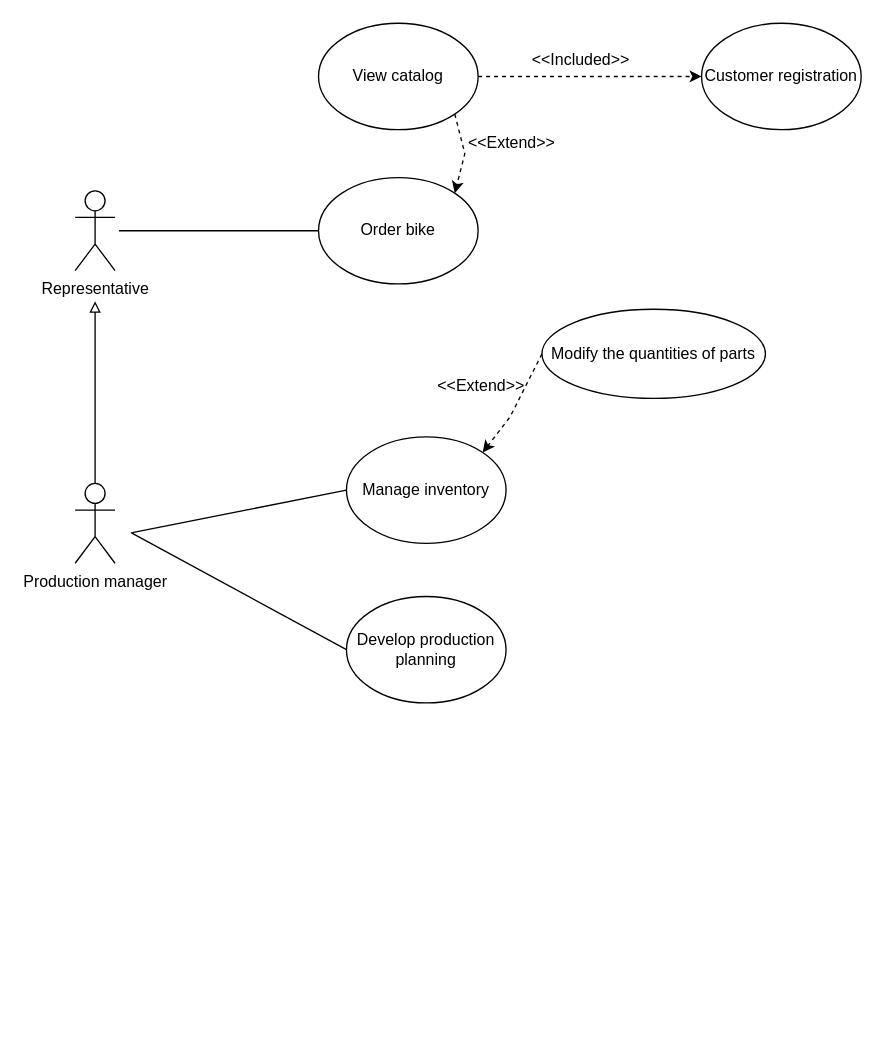
Above: Diagrams/UseCaseDiagram.drawio in alex210501/GigaBike (draw.io), before the change. Source tidied: cells renumbered, new cells numbered last; positions are measured from the earlier drawing's top-left corner, leaving out a move shared by most shapes. Both pictures are drawn from the tidied source at 133%, with x=0, y=0 at pixel (74, 23).
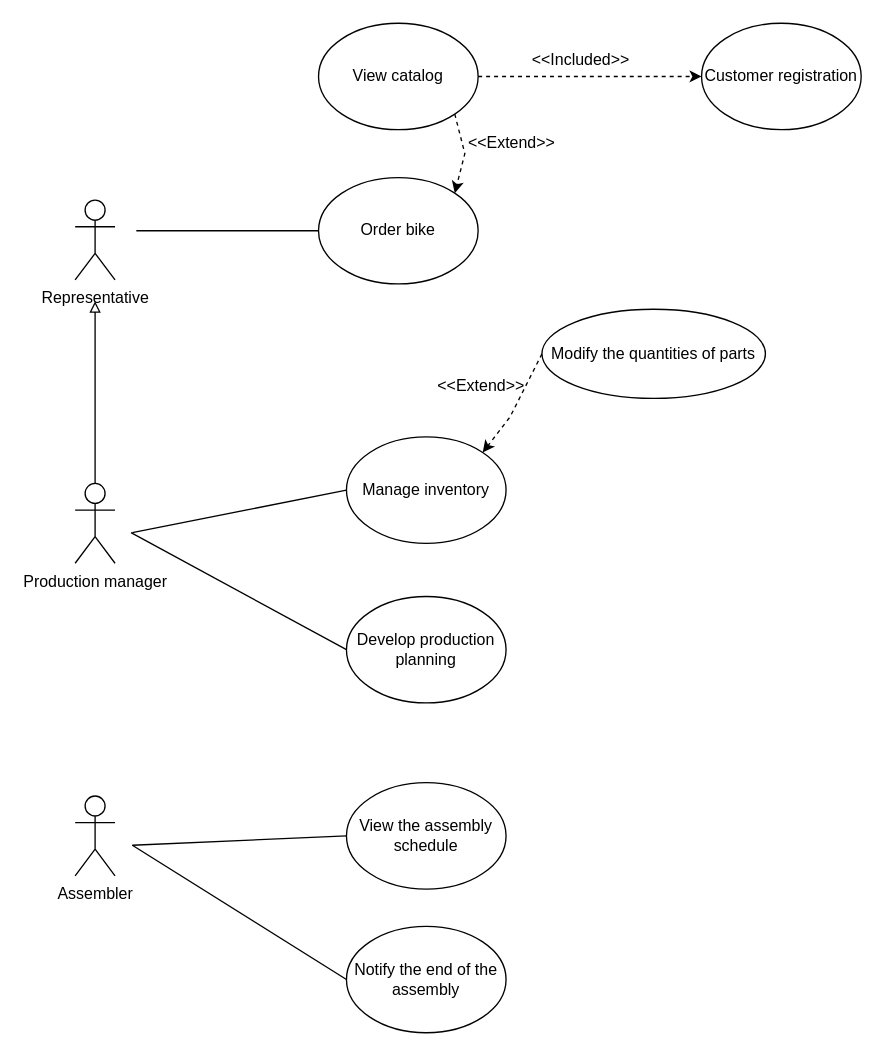
The same diagram, later.

Commit message (it also covers changes not shown here):
Add the assembler in the use case diagram

Unchanged cells that the change refers to:
```xml
<mxCell id="5" value="Order bike" style="ellipse;whiteSpace=wrap;html=1;" parent="1" vertex="1">
  <mxGeometry x="183" y="116" width="120" height="80" as="geometry" />
</mxCell>
```

The edit, as a diff of the source:
```diff
@@
-    <mxCell id="4" value="Representative" style="shape=umlActor;verticalLabelPosition=bottom;verticalAlign=top;html=1;" parent="1" vertex="1">
-      <mxGeometry y="126" width="30" height="60" as="geometry" />
+    <mxCell id="4" value="Assembler" style="shape=umlActor;verticalLabelPosition=bottom;verticalAlign=top;html=1;" parent="1" vertex="1">
+      <mxGeometry y="581" width="30" height="60" as="geometry" />
     </mxCell>
@@
     <mxCell id="7" style="endArrow=none;html=1;rounded=0;entryX=0;entryY=0.5;entryDx=0;entryDy=0;" parent="1" edge="1" target="5">
       <mxGeometry relative="1" as="geometry">
-        <mxPoint x="33" y="156" as="sourcePoint" />
+        <mxPoint x="46" y="156" as="sourcePoint" />
       </mxGeometry>
     </mxCell>
@@
+    <mxCell id="20" value="Representative" style="shape=umlActor;verticalLabelPosition=bottom;verticalAlign=top;html=1;" parent="1" vertex="1">
+      <mxGeometry y="133" width="30" height="60" as="geometry" />
+    </mxCell>
+    <mxCell id="21" value="View the assembly schedule" style="ellipse;whiteSpace=wrap;html=1;" parent="1" vertex="1">
+      <mxGeometry x="204" y="571" width="120" height="80" as="geometry" />
+    </mxCell>
+    <mxCell id="22" value="Notify the end of the assembly" style="ellipse;whiteSpace=wrap;html=1;" parent="1" vertex="1">
+      <mxGeometry x="204" y="679" width="120" height="80" as="geometry" />
+    </mxCell>
+    <mxCell id="23" style="endArrow=none;html=1;entryX=0;entryY=0.5;entryDx=0;entryDy=0;" parent="1" edge="1" target="21">
+      <mxGeometry relative="1" as="geometry">
+        <mxPoint x="43" y="618" as="sourcePoint" />
+      </mxGeometry>
+    </mxCell>
+    <mxCell id="24" style="endArrow=none;html=1;entryX=0;entryY=0.5;entryDx=0;entryDy=0;" parent="1" edge="1" target="22">
+      <mxGeometry relative="1" as="geometry">
+        <mxPoint x="43" y="618" as="sourcePoint" />
+      </mxGeometry>
+    </mxCell>
```
